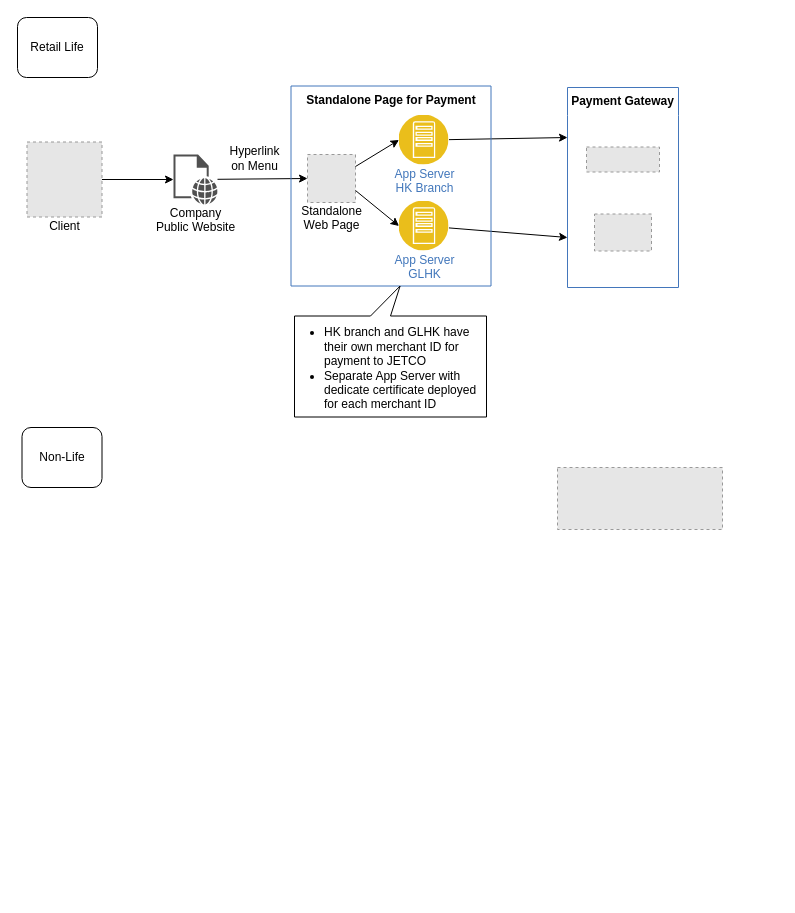
Earlier version of the draw.io diagram Digital_Payment_Gateway.drawio (whalebig27/change-request-process-diagram). Source tidied: cells renumbered, new cells numbered last; positions are measured from the earlier drawing's top-left corner, leaving out a move shared by most shapes. Both pictures are drawn from the tidied source at 100%, with x=0, y=0 at pixel (17, 17). Pictures stored in the file or linked from it are replaced by grey dashed boxes.
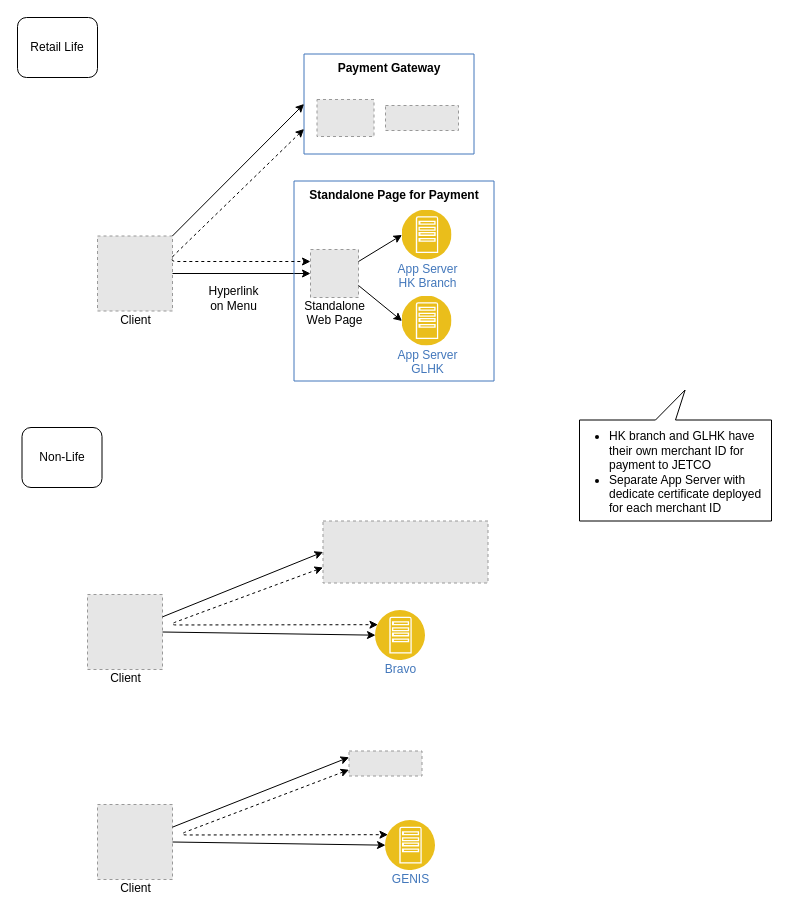
The same diagram, later.

The change refers to these unchanged cells:
```xml
<mxCell id="16" value="Standalone &lt;br&gt;Web Page" style="fillColor=#E6E6E6;strokeColor=#999999;dashed=1;html=1;verticalAlign=top;verticalLabelPosition=bottom;labelBackgroundColor=#ffffff;spacingTop=-5;" parent="15" vertex="1">
  <mxGeometry x="16.5" y="68.5" width="48" height="48" as="geometry" />
</mxCell>
<mxCell id="17" value="App Server&lt;br&gt;GLHK" style="perimeter=ellipsePerimeter;html=1;align=center;shadow=0;dashed=0;fontColor=#4277BB;labelBackgroundColor=#ffffff;fontSize=12;spacingTop=-5;image;image=img/lib/ibm/applications/app_server.svg;" parent="15" vertex="1">
  <mxGeometry x="108" y="115" width="50" height="50" as="geometry" />
</mxCell>
<mxCell id="19" value="App Server&lt;br&gt;HK Branch" style="perimeter=ellipsePerimeter;html=1;align=center;shadow=0;dashed=0;fontColor=#4277BB;labelBackgroundColor=#ffffff;fontSize=12;spacingTop=-5;image;image=img/lib/ibm/applications/app_server.svg;" parent="15" vertex="1">
  <mxGeometry x="108" y="29" width="50" height="50" as="geometry" />
</mxCell>
```

The edit, as a diff of the source:
```diff
@@
     <mxCell id="2" style="fillColor=#E6E6E6;strokeColor=#999999;dashed=1;verticalLabelPosition=bottom;labelBackgroundColor=#ffffff;verticalAlign=top;" parent="1" vertex="1">
-      <mxGeometry x="540" y="450" width="165" height="62" as="geometry" />
+      <mxGeometry x="305.5" y="503.5" width="165" height="62" as="geometry" />
     </mxCell>
-    <mxCell id="3" style="edgeStyle=none;rounded=0;jettySize=auto;html=1;" parent="1" edge="1" source="4" target="9">
-      <mxGeometry relative="1" as="geometry" />
-    </mxCell>
     <mxCell id="4" value="Client" style="fillColor=#E6E6E6;strokeColor=#999999;dashed=1;html=1;verticalAlign=top;verticalLabelPosition=bottom;labelBackgroundColor=#ffffff;spacingTop=-5;" parent="1" vertex="1">
-      <mxGeometry x="9.5" y="124.5" width="75" height="75" as="geometry" />
+      <mxGeometry x="80" y="218.5" width="75" height="75" as="geometry" />
     </mxCell>
@@
-    <mxCell id="7" style="edgeStyle=none;rounded=0;jettySize=auto;html=1;entryX=0;entryY=0.25;entryDx=0;entryDy=0;" parent="1" edge="1" source="19" target="10">
-      <mxGeometry relative="1" as="geometry" />
-    </mxCell>
-    <mxCell id="8" style="edgeStyle=none;rounded=0;jettySize=auto;html=1;entryX=0;entryY=0.75;entryDx=0;entryDy=0;" parent="1" edge="1" source="17" target="10">
-      <mxGeometry relative="1" as="geometry" />
-    </mxCell>
-    <mxCell id="9" value="Company &lt;br&gt;Public Website" style="shadow=0;dashed=0;html=1;strokeColor=none;fillColor=#505050;labelPosition=center;verticalLabelPosition=bottom;verticalAlign=top;outlineConnect=0;align=center;shape=mxgraph.office.concepts.web_page;spacingTop=-5;" parent="1" vertex="1">
-      <mxGeometry x="156" y="137" width="44" height="50" as="geometry" />
-    </mxCell>
     <mxCell id="10" value="Payment Gateway" style="swimlane;fontStyle=1;horizontal=1;startSize=28;swimlaneLine=0;swimlaneFillColor=none;fillColor=none;rounded=0;whiteSpace=wrap;html=1;absoluteArcSize=1;arcSize=0;strokeColor=#4376BB;fontColor=#000000;verticalAlign=top;align=center;spacingLeft=0;dashed=0;strokeWidth=1;" parent="1" vertex="1">
-      <mxGeometry x="550" y="70" width="111" height="200" as="geometry" />
+      <mxGeometry x="286.5" y="36.5" width="170" height="100" as="geometry" />
     </mxCell>
     <mxCell id="11" style="fillColor=#E6E6E6;strokeColor=#999999;dashed=1;verticalLabelPosition=bottom;labelBackgroundColor=#ffffff;verticalAlign=top;" parent="10" vertex="1">
-      <mxGeometry x="19" y="59.5" width="73" height="25" as="geometry" />
+      <mxGeometry x="81.5" y="51.5" width="73" height="25" as="geometry" />
     </mxCell>
     <mxCell id="12" style="fillColor=#E6E6E6;strokeColor=#999999;dashed=1;verticalLabelPosition=bottom;labelBackgroundColor=#ffffff;verticalAlign=top;" parent="10" vertex="1">
-      <mxGeometry x="27" y="126.5" width="57" height="37" as="geometry" />
+      <mxGeometry x="13" y="45.5" width="57" height="37" as="geometry" />
     </mxCell>
-    <mxCell id="13" style="rounded=0;jettySize=auto;html=1;entryX=0;entryY=0.5;entryDx=0;entryDy=0;" parent="1" edge="1" source="9" target="16">
+    <mxCell id="13" style="rounded=0;jettySize=auto;html=1;entryX=0;entryY=0.5;entryDx=0;entryDy=0;exitX=1;exitY=0.5;exitDx=0;exitDy=0;" parent="1" edge="1" source="4" target="16">
       <mxGeometry relative="1" as="geometry" />
     </mxCell>
     <mxCell id="14" value="Hyperlink &lt;br&gt;on Menu" style="text;html=1;align=center;verticalAlign=middle;labelBackgroundColor=#ffffff;" parent="13" vertex="1">
       <mxGeometry x="0.34" relative="1" as="geometry">
-        <mxPoint x="-23" y="-21" as="offset" />
+        <mxPoint x="-32" y="24" as="offset" />
       </mxGeometry>
     </mxCell>
     <mxCell id="15" value="&lt;b&gt;Standalone Page for Payment&lt;/b&gt;" style="swimlane;fontStyle=0;horizontal=1;startSize=28;swimlaneLine=0;swimlaneFillColor=none;fillColor=none;rounded=0;whiteSpace=wrap;html=1;absoluteArcSize=1;arcSize=0;strokeColor=#4376BB;fontColor=#000000;verticalAlign=top;align=center;spacingLeft=0;dashed=0;strokeWidth=1;" parent="1" vertex="1">
-      <mxGeometry x="273.5" y="68.5" width="200" height="200" as="geometry" />
+      <mxGeometry x="276.5" y="163.5" width="200" height="200" as="geometry" />
     </mxCell>
@@
     <mxCell id="21" style="shape=callout;whiteSpace=wrap;html=1;perimeter=calloutPerimeter;align=center;rotation=-180;position2=0.45;" parent="1" vertex="1">
-      <mxGeometry x="277" y="268.5" width="192" height="131" as="geometry" />
+      <mxGeometry x="562" y="372.5" width="192" height="131" as="geometry" />
     </mxCell>
     <mxCell id="22" value="&lt;ul&gt;&lt;li&gt;HK branch and GLHK have their own merchant ID for payment to JETCO&lt;/li&gt;&lt;li&gt;Separate App Server with dedicate certificate deployed for each merchant ID&lt;/li&gt;&lt;/ul&gt;" style="text;html=1;strokeColor=none;fillColor=none;align=left;verticalAlign=middle;whiteSpace=wrap;rounded=0;" parent="1" vertex="1">
-      <mxGeometry x="265" y="310.5" width="210" height="81" as="geometry" />
+      <mxGeometry x="550" y="414.5" width="210" height="81" as="geometry" />
     </mxCell>
+    <mxCell id="23" value="Bravo" style="perimeter=ellipsePerimeter;html=1;align=center;shadow=0;dashed=0;fontColor=#4277BB;labelBackgroundColor=#ffffff;fontSize=12;spacingTop=-5;image;image=img/lib/ibm/applications/app_server.svg;" parent="1" vertex="1">
+      <mxGeometry x="358" y="593" width="50" height="50" as="geometry" />
+    </mxCell>
+    <mxCell id="24" value="Client" style="fillColor=#E6E6E6;strokeColor=#999999;dashed=1;html=1;verticalAlign=top;verticalLabelPosition=bottom;labelBackgroundColor=#ffffff;spacingTop=-5;" parent="1" vertex="1">
+      <mxGeometry x="70" y="577" width="75" height="75" as="geometry" />
+    </mxCell>
+    <mxCell id="25" style="edgeStyle=none;rounded=0;jettySize=auto;html=1;exitX=1;exitY=0.5;exitDx=0;exitDy=0;" parent="1" edge="1" source="24" target="23">
+      <mxGeometry relative="1" as="geometry" />
+    </mxCell>
+    <mxCell id="26" style="edgeStyle=none;rounded=0;jettySize=auto;html=1;entryX=0;entryY=0.5;entryDx=0;entryDy=0;" parent="1" edge="1" source="24" target="2">
+      <mxGeometry relative="1" as="geometry" />
+    </mxCell>
+    <mxCell id="27" style="endArrow=classic;dashed=1;html=1;entryX=0;entryY=0.25;entryDx=0;entryDy=0;exitX=0;exitY=0.75;exitDx=0;exitDy=0;startArrow=classic;startFill=1;endFill=1;" parent="1" edge="1" source="2" target="23">
+      <mxGeometry relative="1" as="geometry">
+        <Array as="points">
+          <mxPoint x="150" y="607.5" />
+        </Array>
+      </mxGeometry>
+    </mxCell>
+    <mxCell id="28" value="GENIS" style="perimeter=ellipsePerimeter;html=1;align=center;shadow=0;dashed=0;fontColor=#4277BB;labelBackgroundColor=#ffffff;fontSize=12;spacingTop=-5;image;image=img/lib/ibm/applications/app_server.svg;" parent="1" vertex="1">
+      <mxGeometry x="368" y="803" width="50" height="50" as="geometry" />
+    </mxCell>
+    <mxCell id="29" value="Client" style="fillColor=#E6E6E6;strokeColor=#999999;dashed=1;html=1;verticalAlign=top;verticalLabelPosition=bottom;labelBackgroundColor=#ffffff;spacingTop=-5;" parent="1" vertex="1">
+      <mxGeometry x="80" y="787" width="75" height="75" as="geometry" />
+    </mxCell>
+    <mxCell id="30" style="edgeStyle=none;rounded=0;jettySize=auto;html=1;exitX=1;exitY=0.5;exitDx=0;exitDy=0;" parent="1" edge="1" source="29" target="28">
+      <mxGeometry relative="1" as="geometry" />
+    </mxCell>
+    <mxCell id="31" style="edgeStyle=none;rounded=0;jettySize=auto;html=1;entryX=0;entryY=0.25;entryDx=0;entryDy=0;" parent="1" edge="1" source="29" target="33">
+      <mxGeometry relative="1" as="geometry" />
+    </mxCell>
+    <mxCell id="32" style="endArrow=classic;dashed=1;html=1;entryX=0;entryY=0.25;entryDx=0;entryDy=0;exitX=0;exitY=0.75;exitDx=0;exitDy=0;startArrow=classic;startFill=1;endFill=1;" parent="1" edge="1" source="33" target="28">
+      <mxGeometry relative="1" as="geometry">
+        <Array as="points">
+          <mxPoint x="160" y="817.5" />
+        </Array>
+      </mxGeometry>
+    </mxCell>
+    <mxCell id="33" style="fillColor=#E6E6E6;strokeColor=#999999;dashed=1;verticalLabelPosition=bottom;labelBackgroundColor=#ffffff;verticalAlign=top;" parent="1" vertex="1">
+      <mxGeometry x="331.5" y="733.5" width="73" height="25" as="geometry" />
+    </mxCell>
+    <mxCell id="34" style="endArrow=classic;dashed=1;html=1;entryX=0;entryY=0.25;entryDx=0;entryDy=0;exitX=0;exitY=0.75;exitDx=0;exitDy=0;startArrow=classic;startFill=1;endFill=1;" parent="1" edge="1" source="10" target="16">
+      <mxGeometry relative="1" as="geometry">
+        <Array as="points">
+          <mxPoint x="150" y="244" />
+        </Array>
+      </mxGeometry>
+    </mxCell>
+    <mxCell id="35" style="rounded=0;jettySize=auto;html=1;entryX=0;entryY=0.5;entryDx=0;entryDy=0;" parent="1" edge="1" source="4" target="10">
+      <mxGeometry relative="1" as="geometry" />
+    </mxCell>
```
